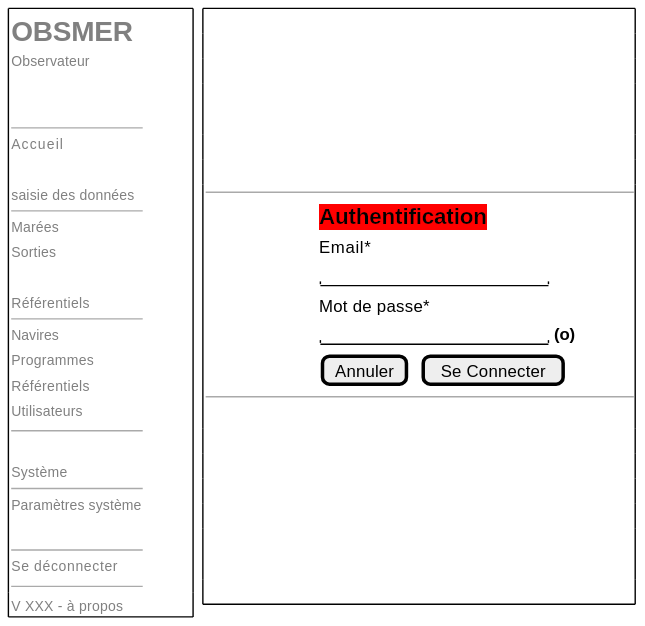
Earlier version of the PlantUML export projects/obsmer/spe/images/main-login-connect.svg (sumaris-net/sumaris-doc). Source of this version:
```plantuml
@startsalt
{
  {+
   {
       <b><font color=grey size=20>OBSMER    | . | . | . | . | . | . | .
       <font color=grey size=10>Observateur
       .
       .
       --
       <font color=grey size=10>Accueil    | .
       .
       <font color=grey size=10>saisie des données
       --
       <font color=grey size=10>Marées        | .
       <font color=grey size=10>Sorties        | .
       .
       <font color=grey size=10>Référentiels
       --
       <font color=grey size=10>Navires       | .
       <font color=grey size=10>Programmes        | .
       <font color=grey size=10>Référentiels        | .
       <font color=grey size=10>Utilisateurs        | .
       --
       .
       <font color=grey size=10>Système
       --
       <font color=grey size=10>Paramètres système       | .
       .

       --
       <font color=grey size=10>Se déconnecter       | .
       --
   }

   {
      <font color=grey size=10>V XXX - à propos
   }
  } | . | {+
    .
    .
    .
    .
    .
    .
    .
    { ---------------
    { | . | . | . | . | . | . | . | . | . | . | . | . | . | . | . | . |  <back:red><font color=black><size:16><b>Authentification  | . | . | . | . | . | . | . | . |}
    { | . | . | . | . | . | . | . | . | . | . | . | . | . | . | . | . |  Email*  }
    { | . | . | . | . | . | . | . | . | . | . | . | . | . | . | . | . |  "                    "  | . | . | . | . | . | . | . | . |}
    { | . | . | . | . | . | . | . | . | . | . | . | . | . | . | . | . |  Mot de passe*  }
    { | . | . | . | . | . | . | . | . | . | . | . | . | . | . | . | . |  "                    "  | <b>(o) | . | . | . | . | . | . | . | . |}
    { | . | . | . | . | . | . | . | . | . | . | . | . | . | . | . | . |   [Annuler]  | .| [Se Connecter] | . | . | . | . | . | . | . | . |}
    ---------------
    }
    .
    .
    .
    .
    .
    .
    .
    .
    }
 }
  -- | -- | --

}
@endsalt
```
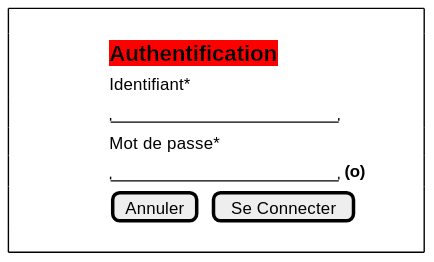
The same diagram one commit later.

What changed in the source:
```diff
@@ -1,68 +1,14 @@
 @startsalt
 {
   {+
-   {
-       <b><font color=grey size=20>OBSMER    | . | . | . | . | . | . | .
-       <font color=grey size=10>Observateur
-       .
-       .
-       --
-       <font color=grey size=10>Accueil    | .
-       .
-       <font color=grey size=10>saisie des données
-       --
-       <font color=grey size=10>Marées        | .
-       <font color=grey size=10>Sorties        | .
-       .
-       <font color=grey size=10>Référentiels
-       --
-       <font color=grey size=10>Navires       | .
-       <font color=grey size=10>Programmes        | .
-       <font color=grey size=10>Référentiels        | .
-       <font color=grey size=10>Utilisateurs        | .
-       --
-       .
-       <font color=grey size=10>Système
-       --
-       <font color=grey size=10>Paramètres système       | .
-       .
-
-       --
-       <font color=grey size=10>Se déconnecter       | .
-       --
-   }
-
-   {
-      <font color=grey size=10>V XXX - à propos
-   }
-  } | . | {+
     .
-    .
-    .
-    .
-    .
-    .
-    .
-    { ---------------
-    { | . | . | . | . | . | . | . | . | . | . | . | . | . | . | . | . |  <back:red><font color=black><size:16><b>Authentification  | . | . | . | . | . | . | . | . |}
-    { | . | . | . | . | . | . | . | . | . | . | . | . | . | . | . | . |  Email*  }
-    { | . | . | . | . | . | . | . | . | . | . | . | . | . | . | . | . |  "                    "  | . | . | . | . | . | . | . | . |}
-    { | . | . | . | . | . | . | . | . | . | . | . | . | . | . | . | . |  Mot de passe*  }
-    { | . | . | . | . | . | . | . | . | . | . | . | . | . | . | . | . |  "                    "  | <b>(o) | . | . | . | . | . | . | . | . |}
-    { | . | . | . | . | . | . | . | . | . | . | . | . | . | . | . | . |   [Annuler]  | .| [Se Connecter] | . | . | . | . | . | . | . | . |}
-    ---------------
-    }
-    .
-    .
-    .
-    .
-    .
-    .
-    .
+    { | . | . | . | . | . | . | . | . | . | . | . | . | . | . |   <back:red><font color=black><size:16><b>Authentification  | . | . | . | . | . | . | . | . |}
+    { | . | . | . | . | . | . | . | . | . | . | . | . | . | . |   Identifiant*  }
+    { | . | . | . | . | . | . | . | . | . | . | . | . | . | . |   "                    "  | . | . | . | . | . | . | . | . |}
+    { | . | . | . | . | . | . | . | . | . | . | . | . | . | . |   Mot de passe*  }
+    { | . | . | . | . | . | . | . | . | . | . | . | . | . | . |   "                    "  | <b>(o) | . | . | . | . | . | . | . | . |}
+    { | . | . | . | . | . | . | . | . | . | . | . | . | . | . |    [Annuler]  | .| [Se Connecter] | . | . | . | . | . | . | . | . |}
     .
     }
  }
-  -- | -- | --
-
-}
 @endsalt
```
